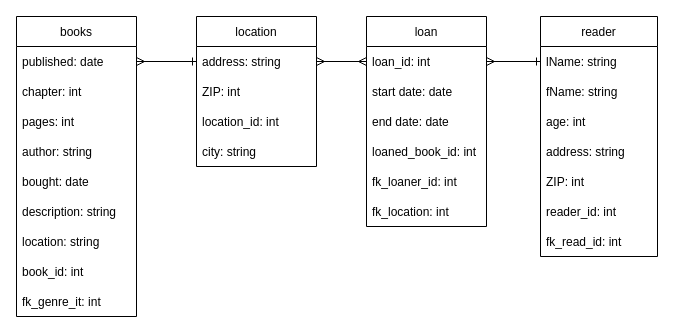
Earlier version of the draw.io diagram page "Step 3_UML" (3 of 4) of Sanja ex1-3/ex1.drawio (KateKatze/07.03_SQL). Source tidied: cells renumbered, new cells numbered last; positions are measured from the earlier drawing's top-left corner, leaving out a move shared by most shapes. Both pictures are drawn from the tidied source at 100%, with x=0, y=0 at pixel (16, 16).
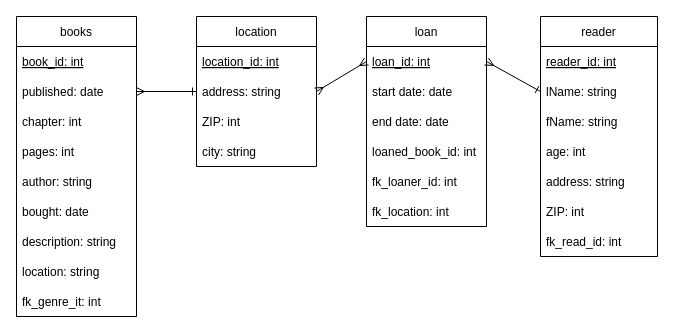
The same diagram, later.

Unchanged cells that the change refers to:
```xml
<mxCell id="2" value="books" style="swimlane;fontStyle=0;horizontal=1;startSize=30;" parent="1" vertex="1">
  <mxGeometry width="120" height="300" as="geometry" />
</mxCell>
<mxCell id="12" value="location" style="swimlane;fontStyle=0;horizontal=1;startSize=30;" parent="1" vertex="1">
  <mxGeometry x="180" width="120" height="150" as="geometry" />
</mxCell>
<mxCell id="17" value="reader" style="swimlane;fontStyle=0;horizontal=1;startSize=30;" parent="1" vertex="1">
  <mxGeometry x="524" width="117" height="240" as="geometry" />
</mxCell>
<mxCell id="25" value="loan" style="swimlane;fontStyle=0;horizontal=1;startSize=30;" parent="1" vertex="1">
  <mxGeometry x="350" width="120" height="210" as="geometry" />
</mxCell>
```

What changed in the source:
```diff
@@
+    <mxCell id="10" value="book_id: int" style="text;strokeColor=none;fillColor=none;align=left;verticalAlign=middle;spacingLeft=4;spacingRight=4;overflow=hidden;fontStyle=4;" parent="2" vertex="1">
+      <mxGeometry y="30" width="120" height="30" as="geometry" />
+    </mxCell>
     <mxCell id="3" value="published: date" style="text;strokeColor=none;fillColor=none;align=left;verticalAlign=middle;spacingLeft=4;spacingRight=4;overflow=hidden;points=[[0,0.5],[1,0.5]];portConstraint=eastwest;" parent="2" vertex="1">
-      <mxGeometry y="30" width="120" height="30" as="geometry" />
+      <mxGeometry y="60" width="120" height="30" as="geometry" />
     </mxCell>
     <mxCell id="4" value="chapter: int" style="text;strokeColor=none;fillColor=none;align=left;verticalAlign=middle;spacingLeft=4;spacingRight=4;overflow=hidden;" parent="2" vertex="1">
-      <mxGeometry y="60" width="120" height="30" as="geometry" />
+      <mxGeometry y="90" width="120" height="30" as="geometry" />
     </mxCell>
     <mxCell id="5" value="pages: int" style="text;strokeColor=none;fillColor=none;align=left;verticalAlign=middle;spacingLeft=4;spacingRight=4;overflow=hidden;" parent="2" vertex="1">
-      <mxGeometry y="90" width="120" height="30" as="geometry" />
+      <mxGeometry y="120" width="120" height="30" as="geometry" />
     </mxCell>
     <mxCell id="6" value="author: string" style="text;strokeColor=none;fillColor=none;align=left;verticalAlign=middle;spacingLeft=4;spacingRight=4;overflow=hidden;" parent="2" vertex="1">
-      <mxGeometry y="120" width="120" height="30" as="geometry" />
+      <mxGeometry y="150" width="120" height="30" as="geometry" />
     </mxCell>
     <mxCell id="7" value="bought: date" style="text;strokeColor=none;fillColor=none;align=left;verticalAlign=middle;spacingLeft=4;spacingRight=4;overflow=hidden;" parent="2" vertex="1">
-      <mxGeometry y="150" width="120" height="30" as="geometry" />
+      <mxGeometry y="180" width="120" height="30" as="geometry" />
     </mxCell>
     <mxCell id="8" value="description: string" style="text;strokeColor=none;fillColor=none;align=left;verticalAlign=middle;spacingLeft=4;spacingRight=4;overflow=hidden;" parent="2" vertex="1">
-      <mxGeometry y="180" width="120" height="30" as="geometry" />
+      <mxGeometry y="210" width="120" height="30" as="geometry" />
     </mxCell>
     <mxCell id="9" value="location: string" style="text;strokeColor=none;fillColor=none;align=left;verticalAlign=middle;spacingLeft=4;spacingRight=4;overflow=hidden;" parent="2" vertex="1">
-      <mxGeometry y="210" width="120" height="30" as="geometry" />
+      <mxGeometry y="240" width="120" height="30" as="geometry" />
     </mxCell>
-    <mxCell id="10" value="book_id: int" style="text;strokeColor=none;fillColor=none;align=left;verticalAlign=middle;spacingLeft=4;spacingRight=4;overflow=hidden;" parent="2" vertex="1">
-      <mxGeometry y="240" width="120" height="30" as="geometry" />
-    </mxCell>
@@
+    <mxCell id="15" value="location_id: int" style="text;strokeColor=none;fillColor=none;align=left;verticalAlign=middle;spacingLeft=4;spacingRight=4;overflow=hidden;fontStyle=4;" parent="12" vertex="1">
+      <mxGeometry y="30" width="120" height="30" as="geometry" />
+    </mxCell>
     <mxCell id="13" value="address: string" style="text;strokeColor=none;fillColor=none;align=left;verticalAlign=middle;spacingLeft=4;spacingRight=4;overflow=hidden;points=[[0,0.5],[1,0.5]];portConstraint=eastwest;" parent="12" vertex="1">
-      <mxGeometry y="30" width="120" height="30" as="geometry" />
+      <mxGeometry y="60" width="120" height="30" as="geometry" />
     </mxCell>
     <mxCell id="14" value="ZIP: int" style="text;strokeColor=none;fillColor=none;align=left;verticalAlign=middle;spacingLeft=4;spacingRight=4;overflow=hidden;" parent="12" vertex="1">
-      <mxGeometry y="60" width="120" height="30" as="geometry" />
+      <mxGeometry y="90" width="120" height="30" as="geometry" />
     </mxCell>
-    <mxCell id="15" value="location_id: int" style="text;strokeColor=none;fillColor=none;align=left;verticalAlign=middle;spacingLeft=4;spacingRight=4;overflow=hidden;" parent="12" vertex="1">
-      <mxGeometry y="90" width="120" height="30" as="geometry" />
-    </mxCell>
@@
+    <mxCell id="23" value="reader_id: int" style="text;strokeColor=none;fillColor=none;align=left;verticalAlign=middle;spacingLeft=4;spacingRight=4;overflow=hidden;fontStyle=4;" parent="17" vertex="1">
+      <mxGeometry y="30" width="117" height="30" as="geometry" />
+    </mxCell>
     <mxCell id="18" value="lName: string" style="text;strokeColor=none;fillColor=none;align=left;verticalAlign=middle;spacingLeft=4;spacingRight=4;overflow=hidden;points=[[0,0.5],[1,0.5]];portConstraint=eastwest;" parent="17" vertex="1">
-      <mxGeometry y="30" width="117" height="30" as="geometry" />
+      <mxGeometry y="60" width="117" height="30" as="geometry" />
     </mxCell>
     <mxCell id="19" value="fName: string" style="text;strokeColor=none;fillColor=none;align=left;verticalAlign=middle;spacingLeft=4;spacingRight=4;overflow=hidden;" parent="17" vertex="1">
-      <mxGeometry y="60" width="117" height="30" as="geometry" />
+      <mxGeometry y="90" width="117" height="30" as="geometry" />
     </mxCell>
     <mxCell id="20" value="age: int" style="text;strokeColor=none;fillColor=none;align=left;verticalAlign=middle;spacingLeft=4;spacingRight=4;overflow=hidden;" parent="17" vertex="1">
-      <mxGeometry y="90" width="117" height="30" as="geometry" />
+      <mxGeometry y="120" width="117" height="30" as="geometry" />
     </mxCell>
     <mxCell id="21" value="address: string" style="text;strokeColor=none;fillColor=none;align=left;verticalAlign=middle;spacingLeft=4;spacingRight=4;overflow=hidden;" parent="17" vertex="1">
-      <mxGeometry y="120" width="117" height="30" as="geometry" />
+      <mxGeometry y="150" width="117" height="30" as="geometry" />
     </mxCell>
     <mxCell id="22" value="ZIP: int" style="text;strokeColor=none;fillColor=none;align=left;verticalAlign=middle;spacingLeft=4;spacingRight=4;overflow=hidden;" parent="17" vertex="1">
-      <mxGeometry y="150" width="117" height="30" as="geometry" />
+      <mxGeometry y="180" width="117" height="30" as="geometry" />
     </mxCell>
-    <mxCell id="23" value="reader_id: int" style="text;strokeColor=none;fillColor=none;align=left;verticalAlign=middle;spacingLeft=4;spacingRight=4;overflow=hidden;" parent="17" vertex="1">
-      <mxGeometry y="180" width="117" height="30" as="geometry" />
-    </mxCell>
@@
-    <mxCell id="26" value="loan_id: int" style="text;strokeColor=none;fillColor=none;align=left;verticalAlign=middle;spacingLeft=4;spacingRight=4;overflow=hidden;points=[[0,0.5],[1,0.5]];portConstraint=eastwest;" parent="25" vertex="1">
+    <mxCell id="26" value="loan_id: int" style="text;strokeColor=none;fillColor=none;align=left;verticalAlign=middle;spacingLeft=4;spacingRight=4;overflow=hidden;points=[[0,0.5],[1,0.5]];portConstraint=eastwest;fontStyle=4;" parent="25" vertex="1">
       <mxGeometry y="30" width="120" height="30" as="geometry" />
     </mxCell>
```
